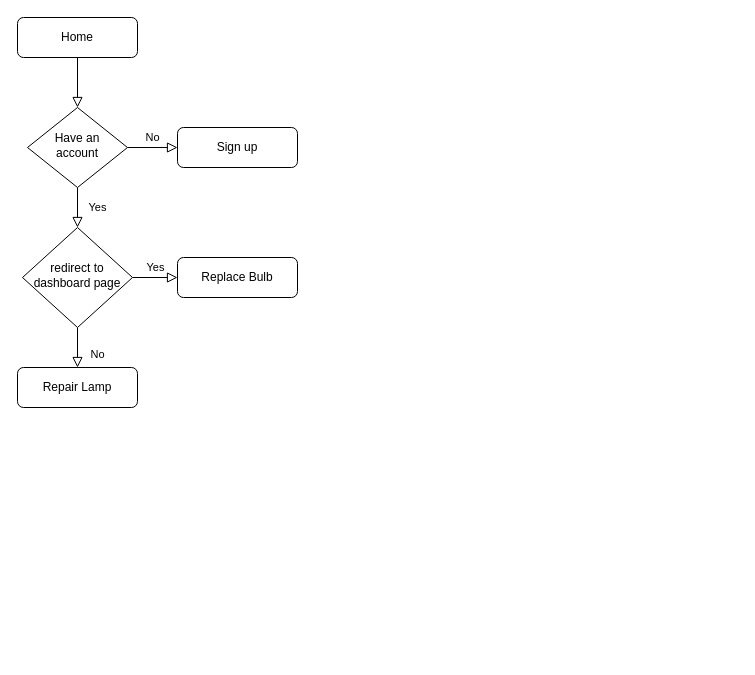
zaenal-abidin-syah/diagram keeps this draw.io diagram as flowchart_psbf.drawio. Above is the earlier version. Source tidied: cells renumbered, new cells numbered last; positions are measured from the earlier drawing's top-left corner, leaving out a move shared by most shapes. Both pictures are drawn from the tidied source at 100%, with x=0, y=0 at pixel (17, 17).
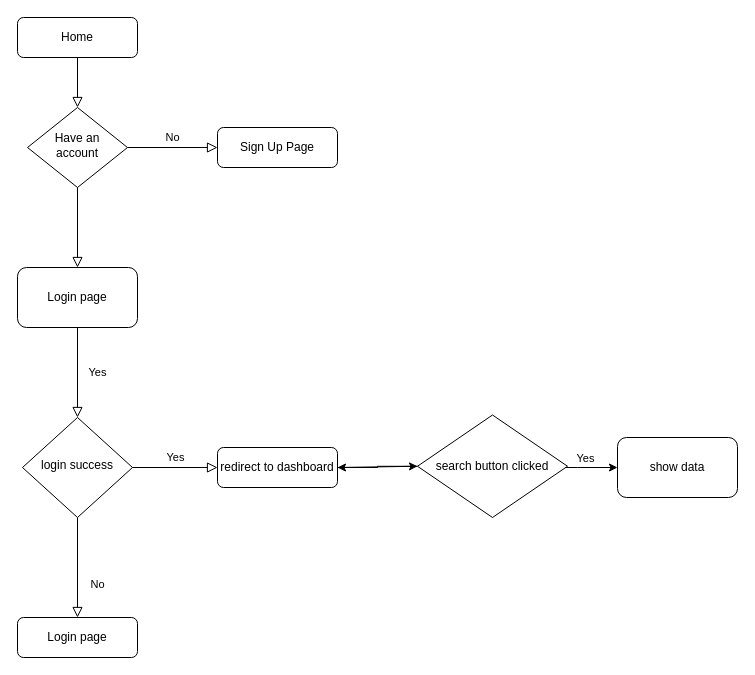
Above is the later version.

Unchanged cells that the change refers to:
```xml
<mxCell id="6" value="Have an account" style="rhombus;whiteSpace=wrap;html=1;shadow=0;fontFamily=Helvetica;fontSize=12;align=center;strokeWidth=1;spacing=6;spacingTop=-4;" parent="1" vertex="1">
  <mxGeometry x="10" y="90" width="100" height="80" as="geometry" />
</mxCell>
```

What changed in the source:
```diff
@@
-    <mxCell id="4" value="Yes" style="rounded=0;html=1;jettySize=auto;fontSize=11;endArrow=block;endFill=0;endSize=8;strokeWidth=1;shadow=0;labelBackgroundColor=none;edgeStyle=orthogonalEdgeStyle;" parent="1" edge="1" source="6" target="10">
+    <mxCell id="4" value="Yes" style="rounded=0;html=1;jettySize=auto;fontSize=11;endArrow=block;endFill=0;endSize=8;strokeWidth=1;shadow=0;labelBackgroundColor=none;edgeStyle=orthogonalEdgeStyle;" parent="1" edge="1" source="14" target="10">
       <mxGeometry y="20" relative="1" as="geometry" />
     </mxCell>
@@
-    <mxCell id="7" value="Sign up" style="rounded=1;whiteSpace=wrap;html=1;fontSize=12;glass=0;strokeWidth=1;shadow=0;" parent="1" vertex="1">
-      <mxGeometry x="160" y="110" width="120" height="40" as="geometry" />
+    <mxCell id="7" value="Sign Up Page" style="rounded=1;whiteSpace=wrap;html=1;fontSize=12;glass=0;strokeWidth=1;shadow=0;" parent="1" vertex="1">
+      <mxGeometry x="200" y="110" width="120" height="40" as="geometry" />
     </mxCell>
@@
-    <mxCell id="10" value="redirect to dashboard page" style="rhombus;whiteSpace=wrap;html=1;shadow=0;fontFamily=Helvetica;fontSize=12;align=center;strokeWidth=1;spacing=6;spacingTop=-4;" parent="1" vertex="1">
-      <mxGeometry x="5" y="210" width="110" height="100" as="geometry" />
+    <mxCell id="10" value="login success" style="rhombus;whiteSpace=wrap;html=1;shadow=0;fontFamily=Helvetica;fontSize=12;align=center;strokeWidth=1;spacing=6;spacingTop=-4;" parent="1" vertex="1">
+      <mxGeometry x="5" y="400" width="110" height="100" as="geometry" />
     </mxCell>
-    <mxCell id="11" value="Repair Lamp" style="rounded=1;whiteSpace=wrap;html=1;fontSize=12;glass=0;strokeWidth=1;shadow=0;" parent="1" vertex="1">
-      <mxGeometry y="350" width="120" height="40" as="geometry" />
+    <mxCell id="11" value="Login page" style="rounded=1;whiteSpace=wrap;html=1;fontSize=12;glass=0;strokeWidth=1;shadow=0;" parent="1" vertex="1">
+      <mxGeometry y="600" width="120" height="40" as="geometry" />
     </mxCell>
-    <mxCell id="12" value="Replace Bulb" style="rounded=1;whiteSpace=wrap;html=1;fontSize=12;glass=0;strokeWidth=1;shadow=0;" parent="1" vertex="1">
-      <mxGeometry x="160" y="240" width="120" height="40" as="geometry" />
+    <mxCell id="12" value="redirect to dashboard" style="rounded=1;whiteSpace=wrap;html=1;fontSize=12;glass=0;strokeWidth=1;shadow=0;" parent="1" vertex="1">
+      <mxGeometry x="200" y="430" width="120" height="40" as="geometry" />
     </mxCell>
+    <mxCell id="13" style="rounded=0;html=1;jettySize=auto;fontSize=11;endArrow=block;endFill=0;endSize=8;strokeWidth=1;shadow=0;labelBackgroundColor=none;edgeStyle=orthogonalEdgeStyle;" parent="1" edge="1" source="6" target="14">
+      <mxGeometry y="20" relative="1" as="geometry" />
+    </mxCell>
+    <mxCell id="14" value="Login page" style="rounded=1;whiteSpace=wrap;html=1;" parent="1" vertex="1">
+      <mxGeometry y="250" width="120" height="60" as="geometry" />
+    </mxCell>
+    <mxCell id="15" style="edgeStyle=orthogonalEdgeStyle;rounded=0;jettySize=auto;html=1;" parent="1" edge="1" source="18" target="20">
+      <mxGeometry relative="1" as="geometry">
+        <Array as="points">
+          <mxPoint x="560" y="450" />
+          <mxPoint x="560" y="450" />
+        </Array>
+      </mxGeometry>
+    </mxCell>
+    <mxCell id="16" value="Yes" style="edgeLabel;html=1;align=center;verticalAlign=middle;" parent="15" vertex="1">
+      <mxGeometry x="-0.28" y="-5" relative="1" as="geometry">
+        <mxPoint y="-15" as="offset" />
+      </mxGeometry>
+    </mxCell>
+    <mxCell id="17" style="edgeStyle=orthogonalEdgeStyle;rounded=0;jettySize=auto;html=1;" parent="1" edge="1" source="18" target="12">
+      <mxGeometry relative="1" as="geometry" />
+    </mxCell>
+    <mxCell id="18" value="search button clicked" style="rhombus;whiteSpace=wrap;html=1;" parent="1" vertex="1">
+      <mxGeometry x="400" y="397.5" width="150" height="102.5" as="geometry" />
+    </mxCell>
+    <mxCell id="19" style="endArrow=classic;html=1;rounded=0;entryX=0;entryY=0.5;entryDx=0;entryDy=0;exitX=1;exitY=0.5;exitDx=0;exitDy=0;" parent="1" edge="1" source="12" target="18">
+      <mxGeometry relative="1" as="geometry" />
+    </mxCell>
+    <mxCell id="20" value="show data" style="rounded=1;whiteSpace=wrap;html=1;" parent="1" vertex="1">
+      <mxGeometry x="600" y="420" width="120" height="60" as="geometry" />
+    </mxCell>
```
